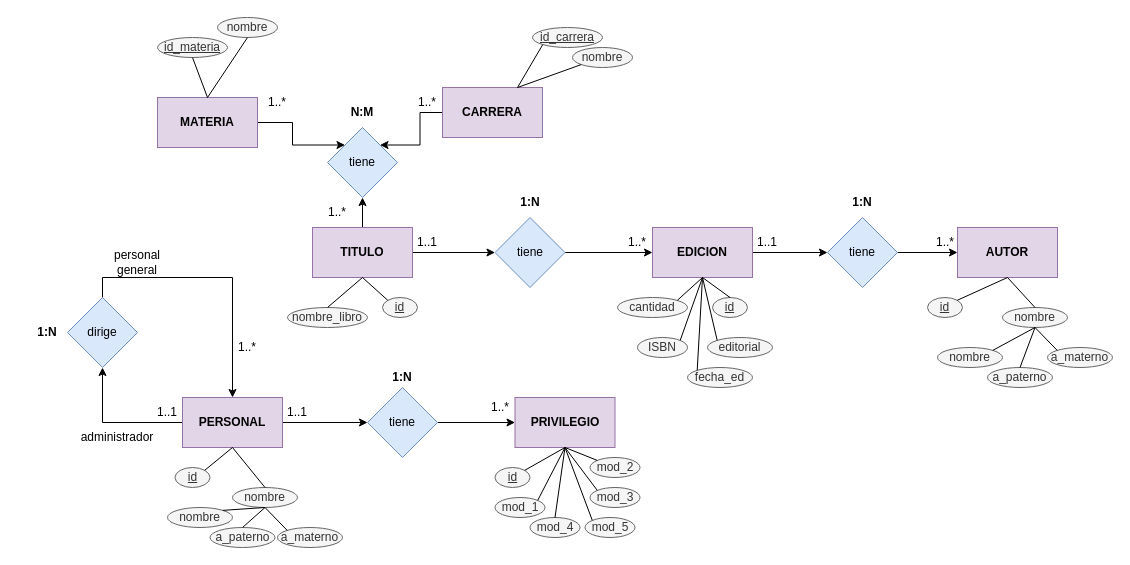
The draw.io diagram Diagrama ER TBD Biblio.drawio in misiomishi/itcj, before the edit. Source tidied: cells renumbered, new cells numbered last; positions are measured from the earlier drawing's top-left corner, leaving out a move shared by most shapes. Both pictures are drawn from the tidied source at 100%, with x=0, y=0 at pixel (17, 17).
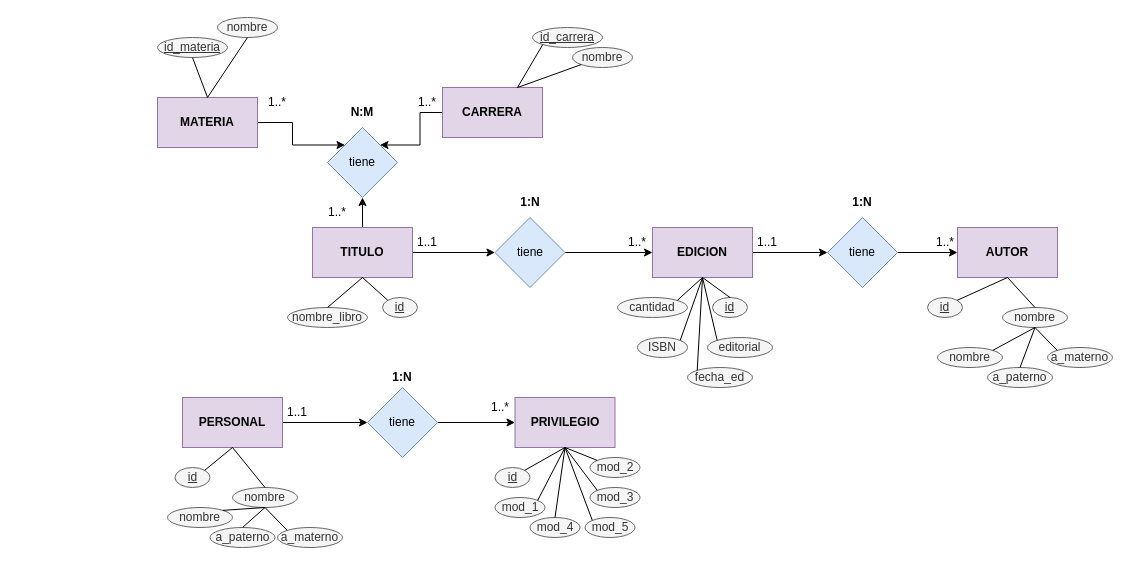
After the change.

Unchanged cells that the change refers to:
```xml
<mxCell id="7" value="PERSONAL" style="rounded=0;whiteSpace=wrap;html=1;fillColor=#e1d5e7;strokeColor=#9673a6;fontStyle=1;" parent="1" vertex="1">
  <mxGeometry x="165" y="380" width="100" height="50" as="geometry" />
</mxCell>
```

Change to the diagram source:
```diff
@@
-    <mxCell id="6" style="edgeStyle=orthogonalEdgeStyle;rounded=0;jettySize=auto;html=1;exitX=0;exitY=0.5;exitDx=0;exitDy=0;entryX=0.5;entryY=1;entryDx=0;entryDy=0;" parent="1" edge="1" source="7" target="78">
-      <mxGeometry relative="1" as="geometry" />
-    </mxCell>
@@
-    <mxCell id="77" style="edgeStyle=orthogonalEdgeStyle;rounded=0;jettySize=auto;html=1;exitX=0.5;exitY=0;exitDx=0;exitDy=0;entryX=0.5;entryY=0;entryDx=0;entryDy=0;" parent="1" edge="1" source="78" target="7">
-      <mxGeometry relative="1" as="geometry" />
-    </mxCell>
-    <mxCell id="78" value="dirige" style="rhombus;whiteSpace=wrap;html=1;fillColor=#dae8fc;strokeColor=#6c8ebf;" parent="1" vertex="1">
-      <mxGeometry x="50" y="280" width="70" height="70" as="geometry" />
-    </mxCell>
@@
-    <mxCell id="90" value="1:N" style="text;html=1;strokeColor=none;fillColor=none;align=center;verticalAlign=middle;whiteSpace=wrap;rounded=0;fontStyle=1;" parent="1" vertex="1">
-      <mxGeometry y="300" width="60" height="30" as="geometry" />
-    </mxCell>
@@
-    <mxCell id="93" value="1..1" style="text;html=1;strokeColor=none;fillColor=none;align=center;verticalAlign=middle;whiteSpace=wrap;rounded=0;" parent="1" vertex="1">
-      <mxGeometry x="120" y="380" width="60" height="30" as="geometry" />
-    </mxCell>
-    <mxCell id="94" value="1..*" style="text;html=1;strokeColor=none;fillColor=none;align=center;verticalAlign=middle;whiteSpace=wrap;rounded=0;" parent="1" vertex="1">
-      <mxGeometry x="200" y="315" width="60" height="30" as="geometry" />
-    </mxCell>
-    <mxCell id="95" value="administrador" style="text;html=1;strokeColor=none;fillColor=none;align=center;verticalAlign=middle;whiteSpace=wrap;rounded=0;" parent="1" vertex="1">
-      <mxGeometry x="70" y="405" width="60" height="30" as="geometry" />
-    </mxCell>
-    <mxCell id="96" value="personal general" style="text;html=1;strokeColor=none;fillColor=none;align=center;verticalAlign=middle;whiteSpace=wrap;rounded=0;" parent="1" vertex="1">
-      <mxGeometry x="90" y="230" width="60" height="30" as="geometry" />
-    </mxCell>
```
